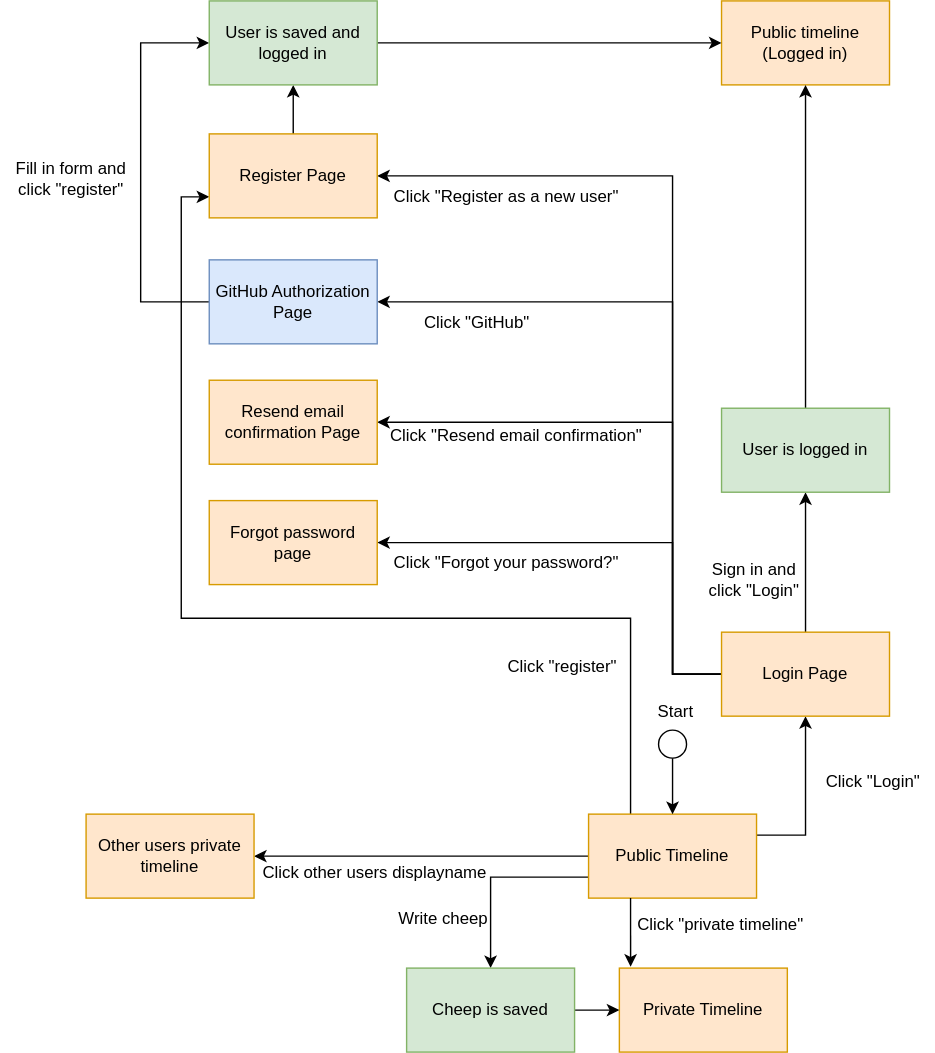
Above: docs/diagrams/UnauthorizedUserActivities.drawio.svg in ITU-BDSA2024-GROUP14/Chirp (draw.io), before the change. Source tidied: cells renumbered, new cells last; positions are measured from the earlier drawing's top-left corner, leaving out a move shared by most shapes.
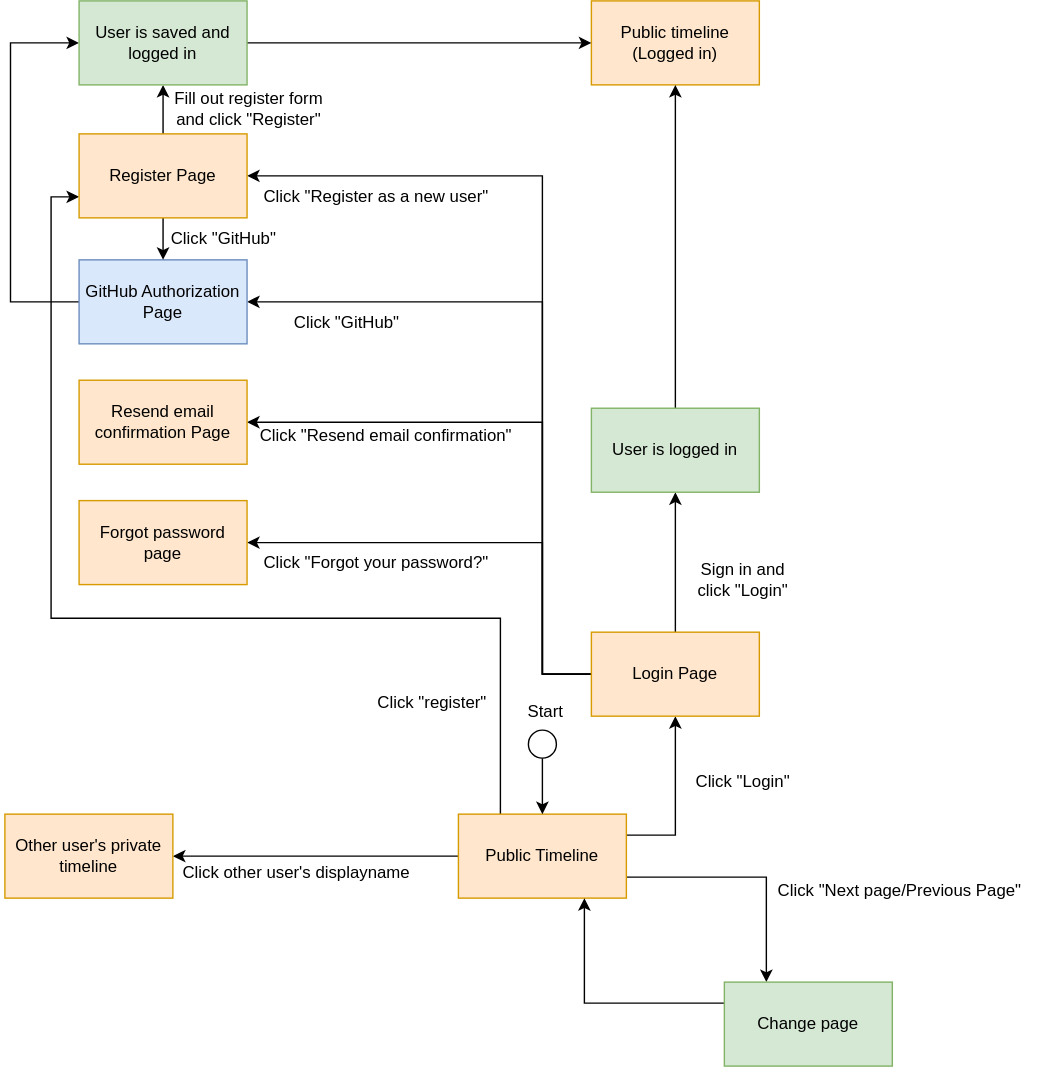
Later version of the same file.

Commit message:
Replaced unauthorized user activity diagrams

The edit, as a diff of the source:
```diff
@@ -5,9 +5,6 @@
     <mxCell id="2" style="edgeStyle=orthogonalEdgeStyle;rounded=0;jettySize=auto;html=1;exitX=0;exitY=0.5;exitDx=0;exitDy=0;entryX=1;entryY=0.5;entryDx=0;entryDy=0;" parent="1" edge="1" source="6" target="13">
       <mxGeometry relative="1" as="geometry" />
     </mxCell>
-    <mxCell id="3" style="edgeStyle=orthogonalEdgeStyle;rounded=0;jettySize=auto;html=1;exitX=0;exitY=0.75;exitDx=0;exitDy=0;entryX=0.5;entryY=0;entryDx=0;entryDy=0;" parent="1" edge="1" source="6" target="16">
-      <mxGeometry relative="1" as="geometry" />
-    </mxCell>
     <mxCell id="4" style="edgeStyle=orthogonalEdgeStyle;rounded=0;jettySize=auto;html=1;exitX=1;exitY=0.25;exitDx=0;exitDy=0;entryX=0.5;entryY=1;entryDx=0;entryDy=0;" parent="1" edge="1" source="6" target="24">
       <mxGeometry relative="1" as="geometry" />
     </mxCell>
@@ -20,6 +17,9 @@
         </Array>
       </mxGeometry>
     </mxCell>
+    <mxCell id="43" style="edgeStyle=orthogonalEdgeStyle;rounded=0;jettySize=auto;html=1;exitX=1;exitY=0.75;exitDx=0;exitDy=0;entryX=0.25;entryY=0;entryDx=0;entryDy=0;" parent="1" edge="1" source="6" target="46">
+      <mxGeometry relative="1" as="geometry" />
+    </mxCell>
     <mxCell id="6" value="Public Timeline" style="rounded=0;whiteSpace=wrap;html=1;fillColor=#ffe6cc;strokeColor=#d79b00;" parent="1" vertex="1">
       <mxGeometry x="420" y="581" width="120" height="60" as="geometry" />
     </mxCell>
@@ -35,30 +35,12 @@
     <mxCell id="10" value="Start" style="text;html=1;align=center;verticalAlign=middle;strokeColor=none;fillColor=none;" parent="1" vertex="1">
       <mxGeometry x="457" y="493" width="50" height="30" as="geometry" />
     </mxCell>
-    <mxCell id="11" value="Private Timeline" style="rounded=0;whiteSpace=wrap;html=1;fillColor=#ffe6cc;strokeColor=#d79b00;" parent="1" vertex="1">
-      <mxGeometry x="442" y="691" width="120" height="60" as="geometry" />
-    </mxCell>
-    <mxCell id="12" value="Click &quot;private timeline&quot;" style="text;html=1;align=center;verticalAlign=middle;strokeColor=none;fillColor=none;" parent="1" vertex="1">
-      <mxGeometry x="444" y="645" width="140" height="30" as="geometry" />
-    </mxCell>
-    <mxCell id="13" value="Other users private timeline" style="rounded=0;whiteSpace=wrap;html=1;fillColor=#ffe6cc;strokeColor=#d79b00;" parent="1" vertex="1">
-      <mxGeometry x="61" y="581" width="120" height="60" as="geometry" />
+    <mxCell id="13" value="Other user's private timeline" style="rounded=0;whiteSpace=wrap;html=1;fillColor=#ffe6cc;strokeColor=#d79b00;" parent="1" vertex="1">
+      <mxGeometry x="96" y="581" width="120" height="60" as="geometry" />
     </mxCell>
-    <mxCell id="14" value="Click other users displayname" style="text;html=1;align=center;verticalAlign=middle;strokeColor=none;fillColor=none;" parent="1" vertex="1">
-      <mxGeometry x="177" y="608" width="180" height="30" as="geometry" />
+    <mxCell id="14" value="Click other user's displayname" style="text;html=1;align=center;verticalAlign=middle;strokeColor=none;fillColor=none;" parent="1" vertex="1">
+      <mxGeometry x="209" y="608" width="190" height="30" as="geometry" />
     </mxCell>
-    <mxCell id="15" style="edgeStyle=orthogonalEdgeStyle;rounded=0;jettySize=auto;html=1;exitX=1;exitY=0.5;exitDx=0;exitDy=0;entryX=0;entryY=0.5;entryDx=0;entryDy=0;" parent="1" edge="1" source="16" target="11">
-      <mxGeometry relative="1" as="geometry" />
-    </mxCell>
-    <mxCell id="16" value="Cheep is saved" style="rounded=0;whiteSpace=wrap;html=1;fillColor=#d5e8d4;strokeColor=#82b366;" parent="1" vertex="1">
-      <mxGeometry x="290" y="691" width="120" height="60" as="geometry" />
-    </mxCell>
-    <mxCell id="17" value="Write cheep" style="text;html=1;align=center;verticalAlign=middle;strokeColor=none;fillColor=none;" parent="1" vertex="1">
-      <mxGeometry x="271" y="641" width="90" height="30" as="geometry" />
-    </mxCell>
-    <mxCell id="18" style="edgeStyle=orthogonalEdgeStyle;rounded=0;jettySize=auto;html=1;exitX=0.25;exitY=1;exitDx=0;exitDy=0;entryX=0.067;entryY=-0.017;entryDx=0;entryDy=0;entryPerimeter=0;" parent="1" edge="1" source="6" target="11">
-      <mxGeometry relative="1" as="geometry" />
-    </mxCell>
     <mxCell id="19" style="edgeStyle=orthogonalEdgeStyle;rounded=0;jettySize=auto;html=1;exitX=0;exitY=0.5;exitDx=0;exitDy=0;entryX=1;entryY=0.5;entryDx=0;entryDy=0;" parent="1" edge="1" source="24" target="30">
       <mxGeometry relative="1" as="geometry">
         <Array as="points">
@@ -107,7 +89,7 @@
       <mxGeometry x="515" y="291" width="120" height="60" as="geometry" />
     </mxCell>
     <mxCell id="28" value="&lt;div&gt;Sign in and&lt;/div&gt;&lt;div&gt;click &quot;Login&quot;&lt;br&gt;&lt;/div&gt;" style="text;html=1;align=center;verticalAlign=middle;strokeColor=none;fillColor=none;" parent="1" vertex="1">
-      <mxGeometry x="493" y="394" width="90" height="40" as="geometry" />
+      <mxGeometry x="578" y="394" width="90" height="40" as="geometry" />
     </mxCell>
     <mxCell id="29" value="Forgot password page" style="rounded=0;whiteSpace=wrap;html=1;fillColor=#ffe6cc;strokeColor=#d79b00;" parent="1" vertex="1">
       <mxGeometry x="149" y="357" width="120" height="60" as="geometry" />
@@ -138,6 +120,9 @@
     <mxCell id="36" style="edgeStyle=orthogonalEdgeStyle;rounded=0;jettySize=auto;html=1;exitX=0.5;exitY=0;exitDx=0;exitDy=0;entryX=0.5;entryY=1;entryDx=0;entryDy=0;" parent="1" edge="1" source="37" target="40">
       <mxGeometry relative="1" as="geometry" />
     </mxCell>
+    <mxCell id="44" style="edgeStyle=orthogonalEdgeStyle;rounded=0;jettySize=auto;html=1;exitX=0.5;exitY=1;exitDx=0;exitDy=0;entryX=0.5;entryY=0;entryDx=0;entryDy=0;" parent="1" edge="1" source="37" target="32">
+      <mxGeometry relative="1" as="geometry" />
+    </mxCell>
     <mxCell id="37" value="Register Page" style="rounded=0;whiteSpace=wrap;html=1;fillColor=#ffe6cc;strokeColor=#d79b00;" parent="1" vertex="1">
       <mxGeometry x="149" y="95" width="120" height="60" as="geometry" />
     </mxCell>
@@ -150,11 +135,23 @@
     <mxCell id="40" value="&lt;div&gt;User is saved and &lt;br&gt;&lt;/div&gt;&lt;div&gt;logged in&lt;br&gt;&lt;/div&gt;" style="rounded=0;whiteSpace=wrap;html=1;fillColor=#d5e8d4;strokeColor=#82b366;" parent="1" vertex="1">
       <mxGeometry x="149" width="120" height="60" as="geometry" />
     </mxCell>
-    <mxCell id="41" value="&lt;div&gt;Fill in form and &lt;br&gt;&lt;/div&gt;&lt;div&gt;click &quot;register&quot;&lt;br&gt;&lt;/div&gt;" style="text;html=1;align=center;verticalAlign=middle;strokeColor=none;fillColor=none;" parent="1" vertex="1">
-      <mxGeometry y="107" width="100" height="40" as="geometry" />
-    </mxCell>
     <mxCell id="42" value="Click &quot;register&quot;" style="text;html=1;align=center;verticalAlign=middle;strokeColor=none;fillColor=none;" parent="1" vertex="1">
-      <mxGeometry x="351" y="461" width="100" height="30" as="geometry" />
+      <mxGeometry x="351" y="487" width="100" height="30" as="geometry" />
     </mxCell>
+    <mxCell id="45" style="edgeStyle=orthogonalEdgeStyle;rounded=0;jettySize=auto;html=1;exitX=0;exitY=0.25;exitDx=0;exitDy=0;entryX=0.75;entryY=1;entryDx=0;entryDy=0;" parent="1" edge="1" source="46" target="6">
+      <mxGeometry relative="1" as="geometry" />
+    </mxCell>
+    <mxCell id="46" value="Change page " style="rounded=0;whiteSpace=wrap;html=1;fillColor=#d5e8d4;strokeColor=#82b366;" parent="1" vertex="1">
+      <mxGeometry x="610" y="701" width="120" height="60" as="geometry" />
+    </mxCell>
+    <mxCell id="47" value="Click &quot;Next page/Previous Page&quot;" style="text;html=1;align=center;verticalAlign=middle;strokeColor=none;fillColor=none;" parent="1" vertex="1">
+      <mxGeometry x="635" y="621" width="200" height="30" as="geometry" />
+    </mxCell>
+    <mxCell id="48" value="Click &quot;GitHub&quot;" style="text;html=1;align=center;verticalAlign=middle;strokeColor=none;fillColor=none;" parent="1" vertex="1">
+      <mxGeometry x="202" y="155" width="100" height="30" as="geometry" />
+    </mxCell>
+    <mxCell id="49" value="&lt;div&gt;Fill out register form&lt;/div&gt;&lt;div&gt;and click &quot;Register&quot;&lt;br&gt; &lt;/div&gt;" style="text;html=1;align=center;verticalAlign=middle;strokeColor=none;fillColor=none;" parent="1" vertex="1">
+      <mxGeometry x="205" y="57" width="130" height="40" as="geometry" />
+    </mxCell>
   </root>
 </mxGraphModel>
```
